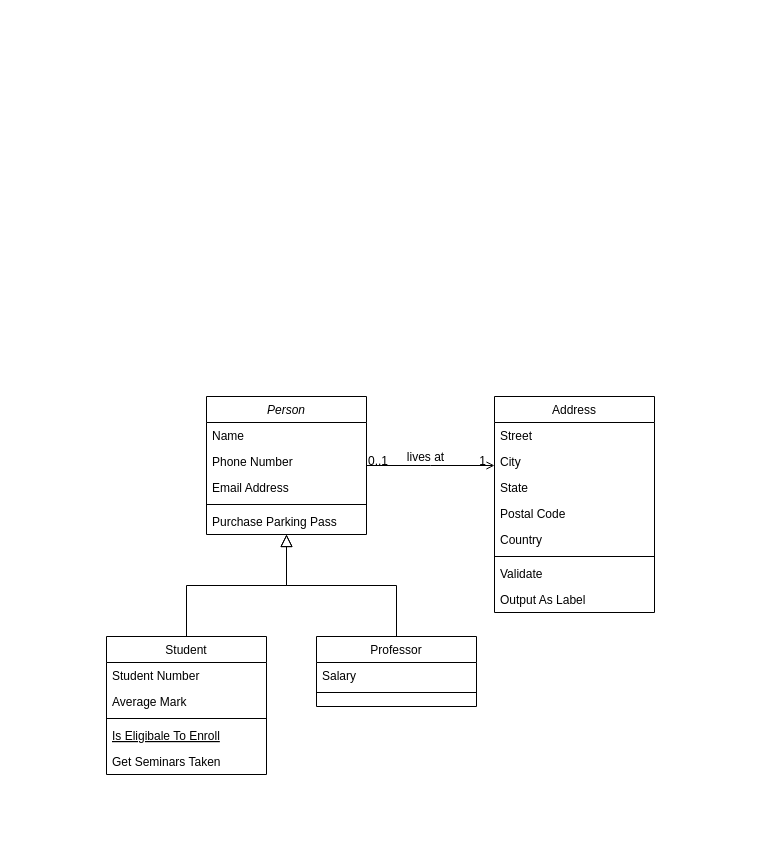
Earlier version of the draw.io diagram ShareIoDatabase.drawio (S-8506/codenaive). Source tidied: cells renumbered, new cells numbered last; positions are measured from the earlier drawing's top-left corner, leaving out a move shared by most shapes. Both pictures are drawn from the tidied source at 100%, with x=0, y=0 at pixel (106, 396).
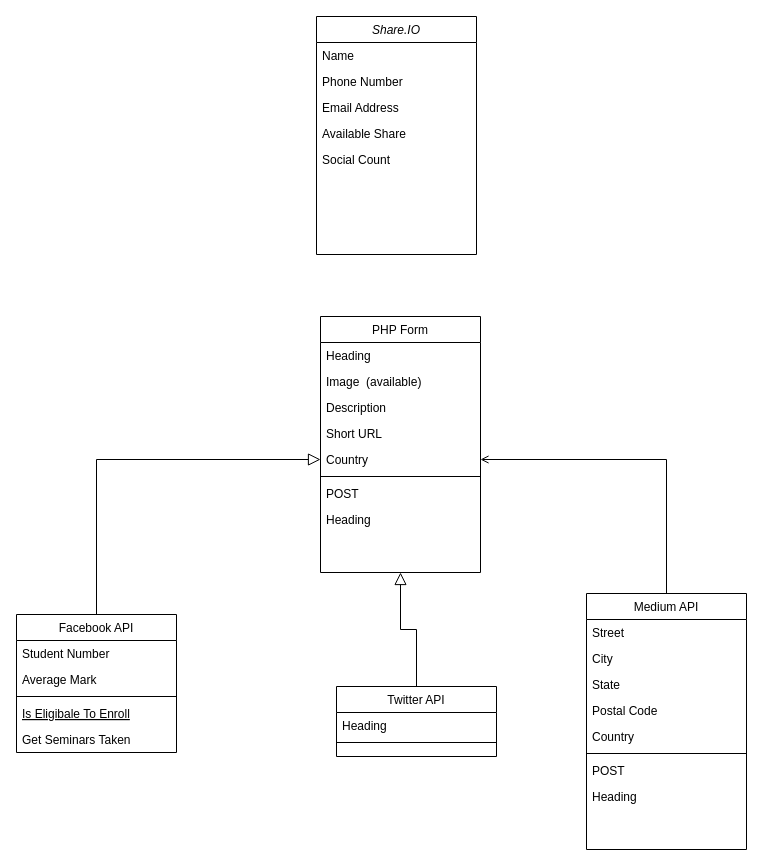
After the change.

Diff of the diagram source:
```diff
@@
-    <mxCell id="2" value="Person" style="swimlane;fontStyle=2;align=center;verticalAlign=top;horizontal=1;startSize=26;rounded=0;shadow=0;strokeWidth=1;" parent="1" vertex="1">
-      <mxGeometry x="100" width="160" height="138" as="geometry" />
+    <mxCell id="2" value="Share.IO" style="swimlane;fontStyle=2;align=center;verticalAlign=top;horizontal=1;startSize=26;rounded=0;shadow=0;strokeWidth=1;" parent="1" vertex="1">
+      <mxGeometry x="210" y="-380" width="160" height="238" as="geometry" />
     </mxCell>
@@
-    <mxCell id="6" style="line;html=1;strokeWidth=1;align=left;verticalAlign=middle;spacingTop=-1;spacingLeft=3;spacingRight=3;labelPosition=right;" parent="2" vertex="1">
-      <mxGeometry y="104" width="160" height="8" as="geometry" />
-    </mxCell>
-    <mxCell id="7" value="Purchase Parking Pass" style="text;align=left;verticalAlign=top;spacingLeft=4;spacingRight=4;overflow=hidden;" parent="2" vertex="1">
-      <mxGeometry y="112" width="160" height="26" as="geometry" />
-    </mxCell>
+    <mxCell id="32" value="Available Share" style="text;align=left;verticalAlign=top;spacingLeft=4;spacingRight=4;overflow=hidden;rounded=0;shadow=0;html=0;" parent="2" vertex="1">
+      <mxGeometry y="104" width="160" height="26" as="geometry" />
+    </mxCell>
+    <mxCell id="33" value="Social Count" style="text;align=left;verticalAlign=top;spacingLeft=4;spacingRight=4;overflow=hidden;rounded=0;shadow=0;html=0;" parent="2" vertex="1">
+      <mxGeometry y="130" width="160" height="26" as="geometry" />
+    </mxCell>
-    <mxCell id="8" value="Student" style="swimlane;fontStyle=0;align=center;verticalAlign=top;horizontal=1;startSize=26;rounded=0;shadow=0;strokeWidth=1;" parent="1" vertex="1">
-      <mxGeometry y="240" width="160" height="138" as="geometry" />
+    <mxCell id="8" value="Facebook API&#10;" style="swimlane;fontStyle=0;align=center;verticalAlign=top;horizontal=1;startSize=26;rounded=0;shadow=0;strokeWidth=1;" parent="1" vertex="1">
+      <mxGeometry x="-90" y="218" width="160" height="138" as="geometry" />
     </mxCell>
@@
-    <mxCell id="14" style="endArrow=block;endSize=10;endFill=0;shadow=0;strokeWidth=1;rounded=0;edgeStyle=elbowEdgeStyle;elbow=vertical;" parent="1" edge="1" source="8" target="2">
-      <mxGeometry relative="1" as="geometry" />
+    <mxCell id="14" style="endArrow=block;endSize=10;endFill=0;shadow=0;strokeWidth=1;rounded=0;edgeStyle=elbowEdgeStyle;elbow=vertical;entryX=0;entryY=0.5;entryDx=0;entryDy=0;" parent="1" edge="1" source="8" target="39">
+      <mxGeometry relative="1" as="geometry">
+        <Array as="points">
+          <mxPoint x="90" y="63" />
+        </Array>
+      </mxGeometry>
     </mxCell>
-    <mxCell id="15" value="Professor" style="swimlane;fontStyle=0;align=center;verticalAlign=top;horizontal=1;startSize=26;rounded=0;shadow=0;strokeWidth=1;" parent="1" vertex="1">
-      <mxGeometry x="210" y="240" width="160" height="70" as="geometry" />
+    <mxCell id="15" value="Twitter API" style="swimlane;fontStyle=0;align=center;verticalAlign=top;horizontal=1;startSize=26;rounded=0;shadow=0;strokeWidth=1;" parent="1" vertex="1">
+      <mxGeometry x="230" y="290" width="160" height="70" as="geometry" />
     </mxCell>
-    <mxCell id="16" value="Salary" style="text;align=left;verticalAlign=top;spacingLeft=4;spacingRight=4;overflow=hidden;" parent="15" vertex="1">
+    <mxCell id="16" value="Heading&#10;" style="text;align=left;verticalAlign=top;spacingLeft=4;spacingRight=4;overflow=hidden;" parent="15" vertex="1">
       <mxGeometry y="26" width="160" height="26" as="geometry" />
     </mxCell>
@@
-    <mxCell id="18" style="endArrow=block;endSize=10;endFill=0;shadow=0;strokeWidth=1;rounded=0;edgeStyle=elbowEdgeStyle;elbow=vertical;" parent="1" edge="1" source="15" target="2">
+    <mxCell id="18" style="endArrow=block;endSize=10;endFill=0;shadow=0;strokeWidth=1;rounded=0;edgeStyle=elbowEdgeStyle;elbow=vertical;entryX=0.5;entryY=1;entryDx=0;entryDy=0;" parent="1" edge="1" source="15" target="34">
       <mxGeometry relative="1" as="geometry" />
     </mxCell>
-    <mxCell id="19" value="Address" style="swimlane;fontStyle=0;align=center;verticalAlign=top;horizontal=1;startSize=26;rounded=0;shadow=0;strokeWidth=1;" parent="1" vertex="1">
-      <mxGeometry x="388" width="160" height="216" as="geometry" />
+    <mxCell id="19" value="Medium API" style="swimlane;fontStyle=0;align=center;verticalAlign=top;horizontal=1;startSize=26;rounded=0;shadow=0;strokeWidth=1;" parent="1" vertex="1">
+      <mxGeometry x="480" y="197" width="160" height="256" as="geometry" />
     </mxCell>
@@
-    <mxCell id="26" value="Validate" style="text;align=left;verticalAlign=top;spacingLeft=4;spacingRight=4;overflow=hidden;" parent="19" vertex="1">
+    <mxCell id="26" value="POST" style="text;align=left;verticalAlign=top;spacingLeft=4;spacingRight=4;overflow=hidden;" parent="19" vertex="1">
       <mxGeometry y="164" width="160" height="26" as="geometry" />
     </mxCell>
-    <mxCell id="27" value="Output As Label" style="text;align=left;verticalAlign=top;spacingLeft=4;spacingRight=4;overflow=hidden;" parent="19" vertex="1">
+    <mxCell id="27" value="Heading" style="text;align=left;verticalAlign=top;spacingLeft=4;spacingRight=4;overflow=hidden;" parent="19" vertex="1">
       <mxGeometry y="190" width="160" height="26" as="geometry" />
     </mxCell>
-    <mxCell id="28" style="endArrow=open;shadow=0;strokeWidth=1;rounded=0;endFill=1;edgeStyle=elbowEdgeStyle;elbow=vertical;" parent="1" edge="1" source="2" target="19">
+    <mxCell id="28" style="endArrow=open;shadow=0;strokeWidth=1;rounded=0;endFill=1;edgeStyle=elbowEdgeStyle;elbow=vertical;exitX=0.5;exitY=0;exitDx=0;exitDy=0;entryX=1;entryY=0.5;entryDx=0;entryDy=0;" parent="1" edge="1" source="19" target="39">
       <mxGeometry x="0.5" y="41" relative="1" as="geometry">
+        <Array as="points">
+          <mxPoint x="500" y="63" />
+        </Array>
         <mxPoint x="-40" y="32" as="offset" />
       </mxGeometry>
     </mxCell>
-    <mxCell id="29" value="0..1" style="align=left;verticalAlign=bottom;labelBackgroundColor=none;fontSize=12;" parent="28" vertex="1">
-      <mxGeometry x="-1" relative="1" as="geometry">
-        <mxPoint y="4" as="offset" />
-      </mxGeometry>
-    </mxCell>
-    <mxCell id="30" value="1" style="align=right;verticalAlign=bottom;labelBackgroundColor=none;fontSize=12;" parent="28" vertex="1">
-      <mxGeometry x="1" relative="1" as="geometry">
-        <mxPoint x="-7" y="4" as="offset" />
-      </mxGeometry>
-    </mxCell>
-    <mxCell id="31" value="lives at" style="text;html=1;align=center;verticalAlign=middle;labelBackgroundColor=none;rounded=0;shadow=0;strokeWidth=1;fontSize=12;" parent="28" vertex="1">
-      <mxGeometry x="0.5" y="49" relative="1" as="geometry">
-        <mxPoint x="-38" y="40" as="offset" />
-      </mxGeometry>
-    </mxCell>
+    <mxCell id="34" value="PHP Form" style="swimlane;fontStyle=0;align=center;verticalAlign=top;horizontal=1;startSize=26;rounded=0;shadow=0;strokeWidth=1;" parent="1" vertex="1">
+      <mxGeometry x="214" y="-80" width="160" height="256" as="geometry" />
+    </mxCell>
+    <mxCell id="35" value="Heading" style="text;align=left;verticalAlign=top;spacingLeft=4;spacingRight=4;overflow=hidden;" parent="34" vertex="1">
+      <mxGeometry y="26" width="160" height="26" as="geometry" />
+    </mxCell>
+    <mxCell id="36" value="Image  (available)" style="text;align=left;verticalAlign=top;spacingLeft=4;spacingRight=4;overflow=hidden;rounded=0;shadow=0;html=0;" parent="34" vertex="1">
+      <mxGeometry y="52" width="160" height="26" as="geometry" />
+    </mxCell>
+    <mxCell id="37" value="Description" style="text;align=left;verticalAlign=top;spacingLeft=4;spacingRight=4;overflow=hidden;rounded=0;shadow=0;html=0;" parent="34" vertex="1">
+      <mxGeometry y="78" width="160" height="26" as="geometry" />
+    </mxCell>
+    <mxCell id="38" value="Short URL" style="text;align=left;verticalAlign=top;spacingLeft=4;spacingRight=4;overflow=hidden;rounded=0;shadow=0;html=0;" parent="34" vertex="1">
+      <mxGeometry y="104" width="160" height="26" as="geometry" />
+    </mxCell>
+    <mxCell id="39" value="Country" style="text;align=left;verticalAlign=top;spacingLeft=4;spacingRight=4;overflow=hidden;points=[[0,0.5],[1,0.5]];portConstraint=eastwest;rounded=0;shadow=0;html=0;" parent="34" vertex="1">
+      <mxGeometry y="130" width="160" height="26" as="geometry" />
+    </mxCell>
+    <mxCell id="40" style="line;html=1;strokeWidth=1;align=left;verticalAlign=middle;spacingTop=-1;spacingLeft=3;spacingRight=3;labelPosition=right;" parent="34" vertex="1">
+      <mxGeometry y="156" width="160" height="8" as="geometry" />
+    </mxCell>
+    <mxCell id="41" value="POST" style="text;align=left;verticalAlign=top;spacingLeft=4;spacingRight=4;overflow=hidden;" parent="34" vertex="1">
+      <mxGeometry y="164" width="160" height="26" as="geometry" />
+    </mxCell>
+    <mxCell id="42" value="Heading" style="text;align=left;verticalAlign=top;spacingLeft=4;spacingRight=4;overflow=hidden;" parent="34" vertex="1">
+      <mxGeometry y="190" width="160" height="26" as="geometry" />
+    </mxCell>
```
